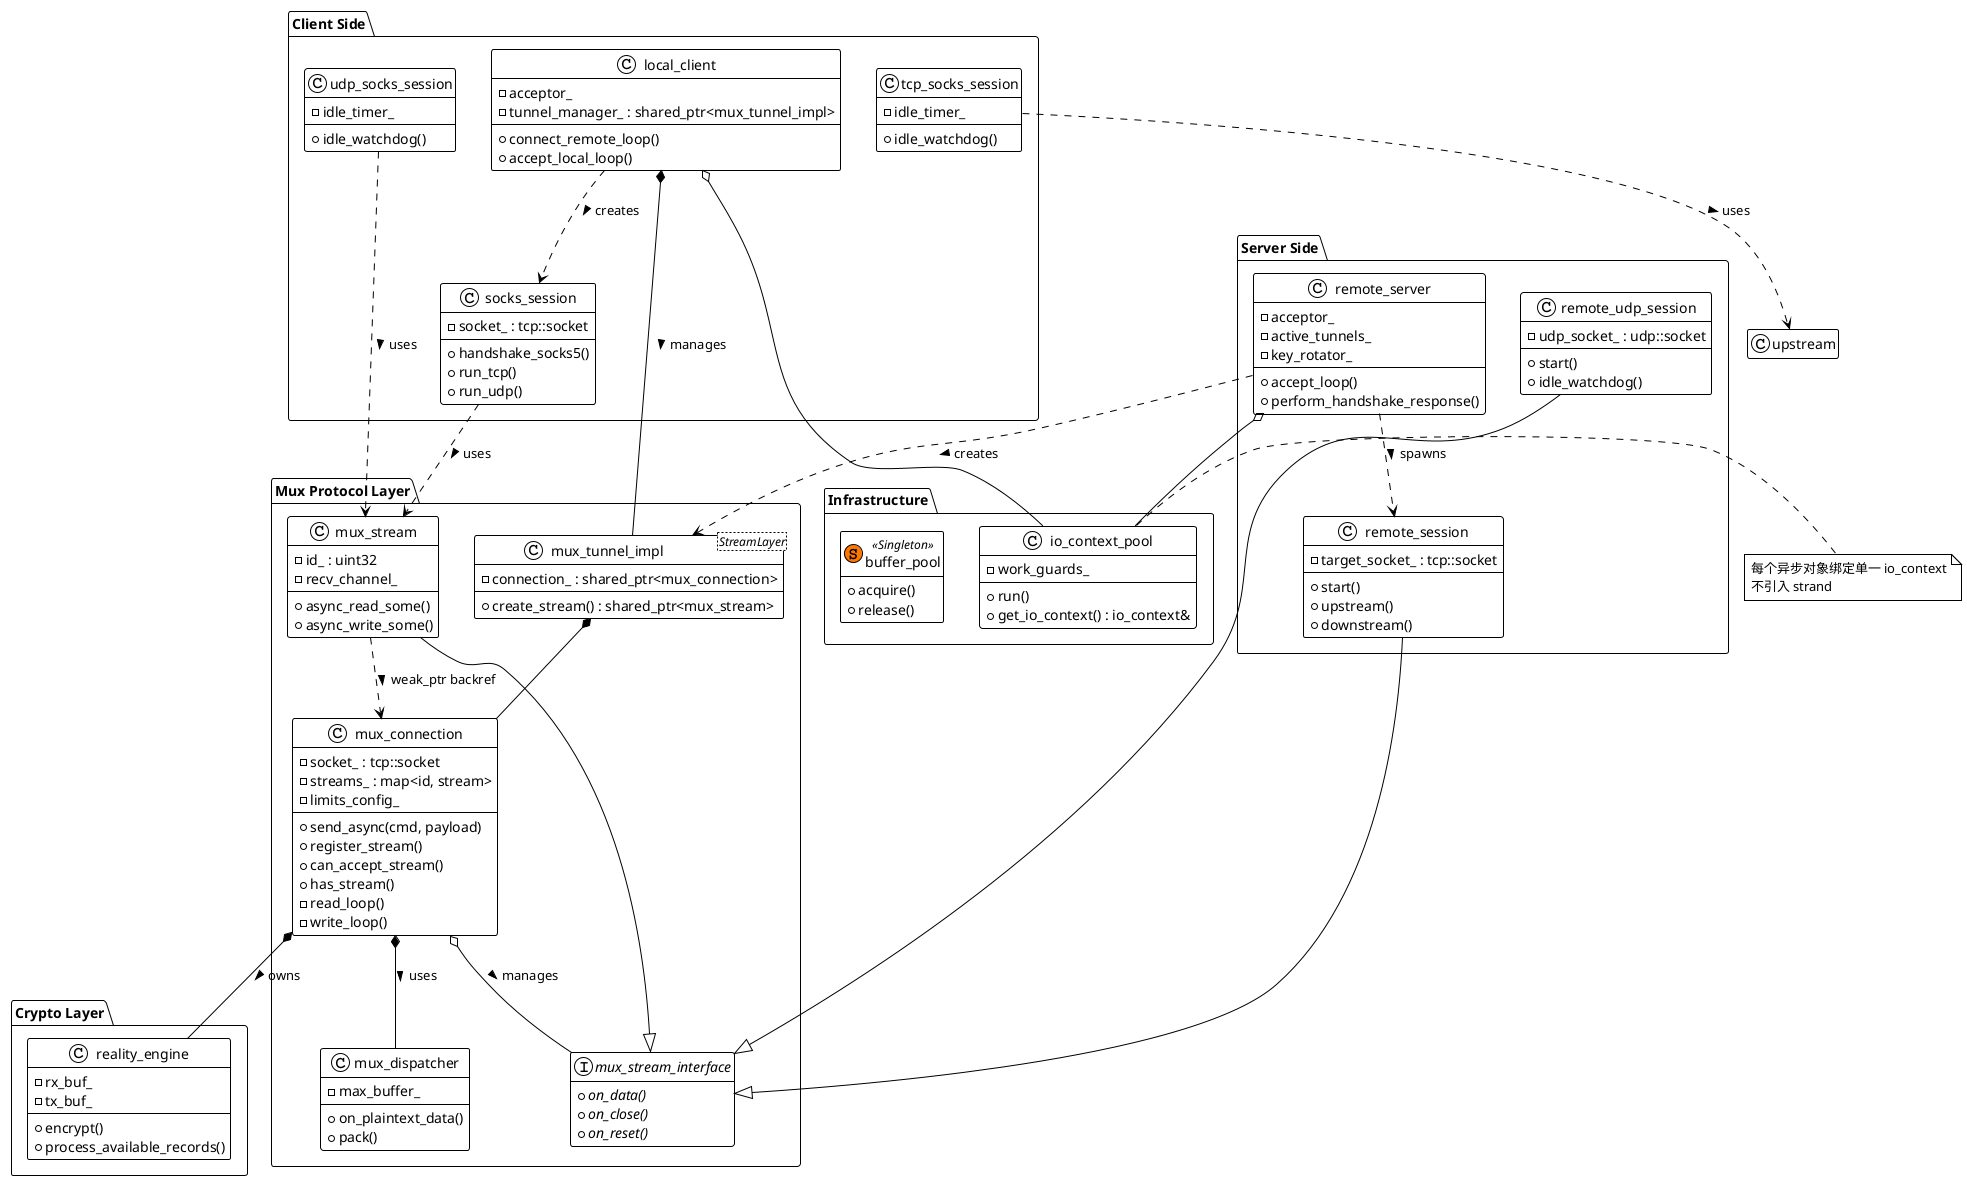
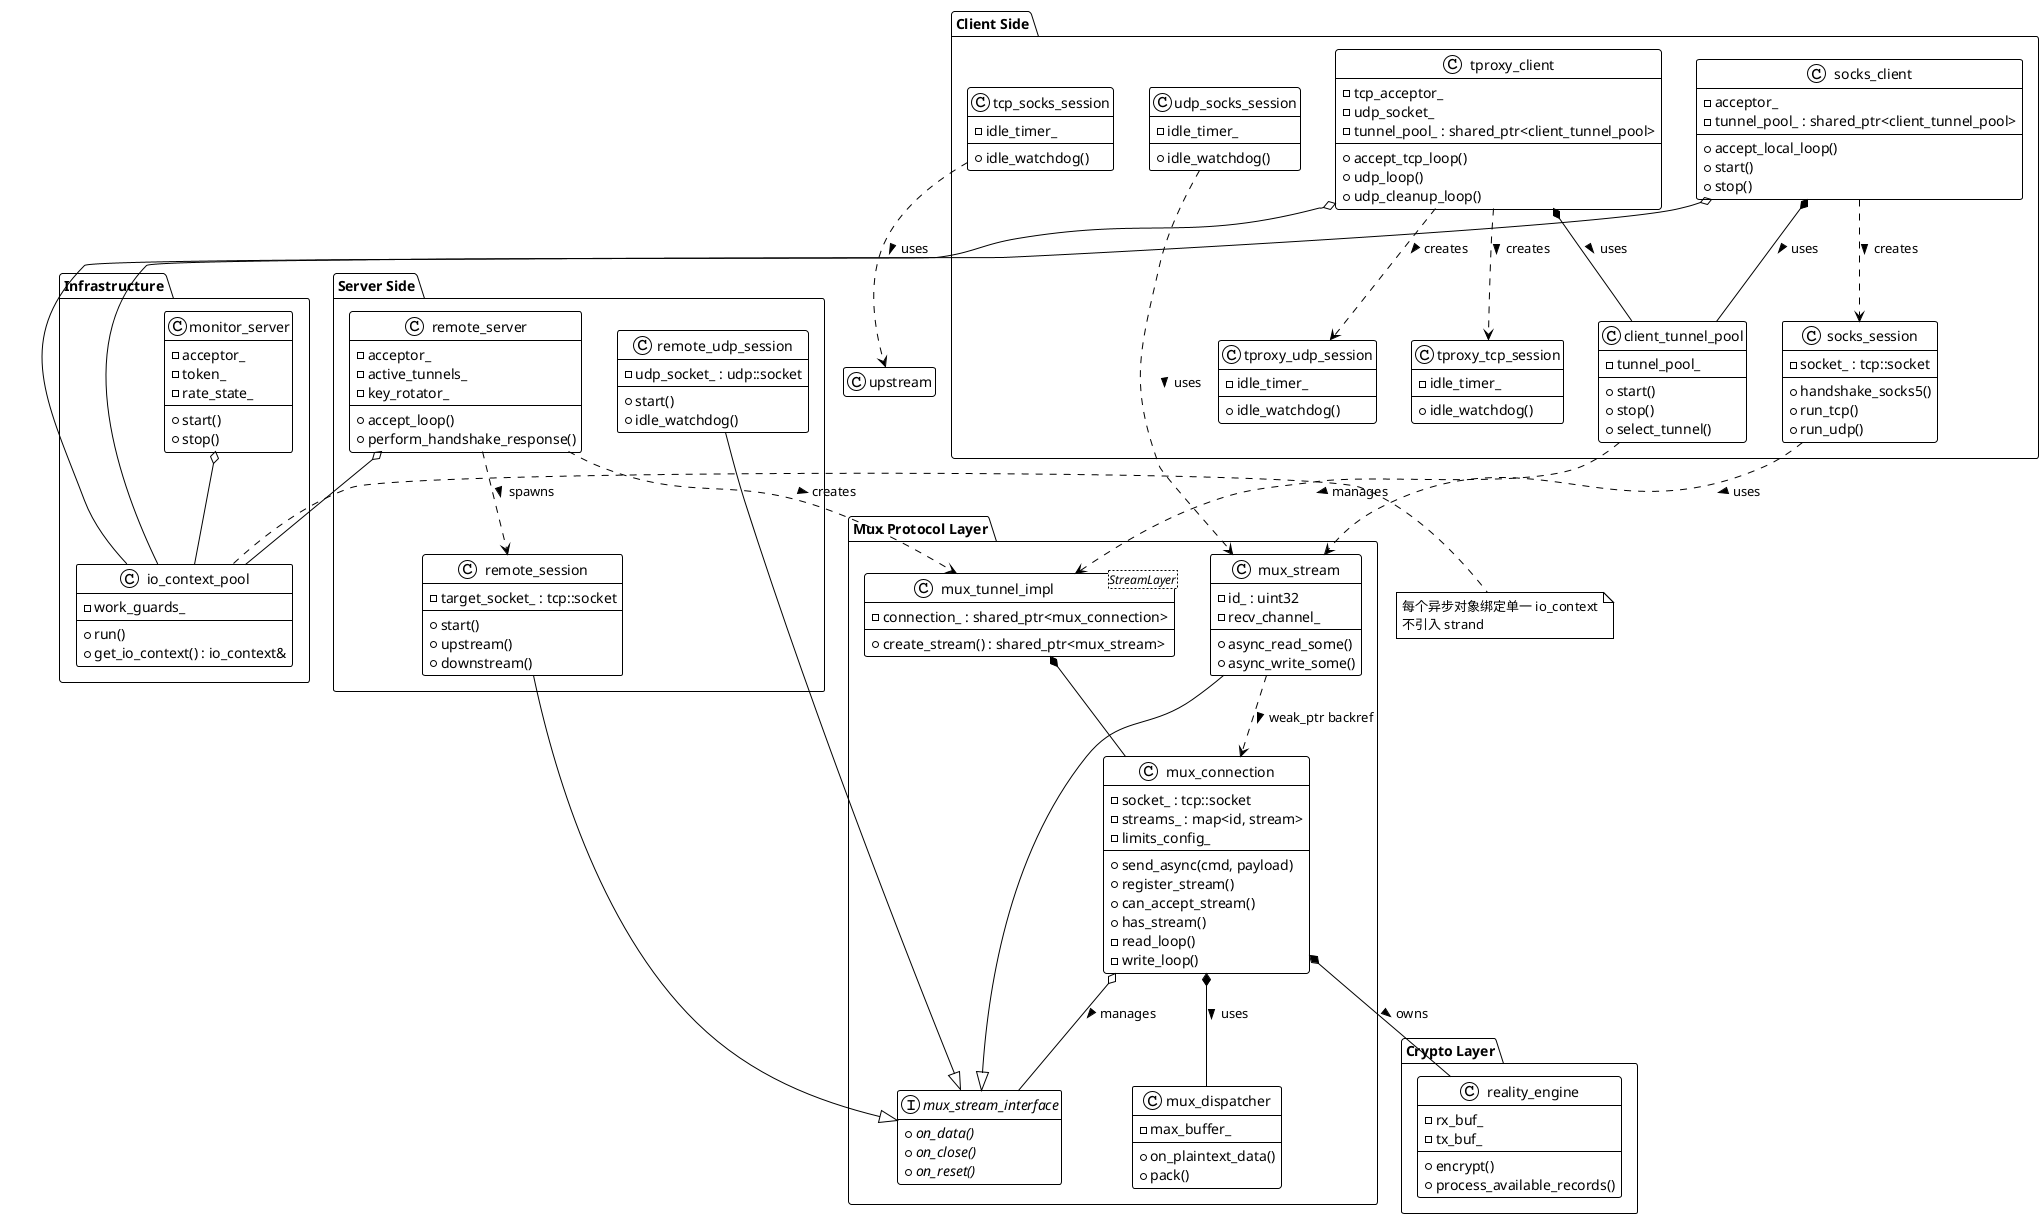
@startuml
!theme plain
hide empty members

package "Infrastructure" {
    class io_context_pool {
        + run()
        + get_io_context() : io_context&
        - work_guards_
    }
-     class buffer_pool << (S, #FF7700) Singleton >> {
-         + acquire()
-         + release()
+ 
+     class monitor_server {
+         - acceptor_
+         - token_
+         - rate_state_
+         + start()
+         + stop()
    }
}

note right of io_context_pool
  每个异步对象绑定单一 io_context
  不引入 strand
end note

package "Mux Protocol Layer" {
    interface mux_stream_interface {
        + {abstract} on_data()
        + {abstract} on_close()
        + {abstract} on_reset()
    }

    class mux_connection {
        - socket_ : tcp::socket
        - streams_ : map<id, stream>
        - limits_config_
        + send_async(cmd, payload)
        + register_stream()
        + can_accept_stream()
        + has_stream()
        - read_loop()
        - write_loop()
    }

    class mux_dispatcher {
        + on_plaintext_data()
        + pack()
        - max_buffer_
    }

    class mux_tunnel_impl<StreamLayer> {
        - connection_ : shared_ptr<mux_connection>
        + create_stream() : shared_ptr<mux_stream>
    }

    class mux_stream {
        - id_ : uint32
        - recv_channel_
        + async_read_some()
        + async_write_some()
    }
}

package "Crypto Layer" {
    class reality_engine {
        - rx_buf_
        - tx_buf_
        + encrypt()
        + process_available_records()
    }
}

package "Client Side" {
-     class local_client {
+     class client_tunnel_pool {
+         - tunnel_pool_
+         + start()
+         + stop()
+         + select_tunnel()
+     }
+ 
+     class socks_client {
        - acceptor_
-         - tunnel_manager_ : shared_ptr<mux_tunnel_impl>
-         + connect_remote_loop()
+         - tunnel_pool_ : shared_ptr<client_tunnel_pool>
        + accept_local_loop()
+         + start()
+         + stop()
+     }
+ 
+     class tproxy_client {
+         - tcp_acceptor_
+         - udp_socket_
+         - tunnel_pool_ : shared_ptr<client_tunnel_pool>
+         + accept_tcp_loop()
+         + udp_loop()
+         + udp_cleanup_loop()
    }

    class socks_session {
        - socket_ : tcp::socket
        + handshake_socks5()
        + run_tcp()
        + run_udp()
    }

    class tcp_socks_session {
        - idle_timer_
        + idle_watchdog()
    }

    class udp_socks_session {
+         - idle_timer_
+         + idle_watchdog()
+     }
+ 
+     class tproxy_tcp_session {
+         - idle_timer_
+         + idle_watchdog()
+     }
+ 
+     class tproxy_udp_session {
        - idle_timer_
        + idle_watchdog()
    }
}

package "Server Side" {
    class remote_server {
        - acceptor_
        - active_tunnels_
        - key_rotator_
        + accept_loop()
        + perform_handshake_response()
    }

    class remote_session {
        - target_socket_ : tcp::socket
        + start()
        + upstream()
        + downstream()
    }

    class remote_udp_session {
        - udp_socket_ : udp::socket
        + start()
        + idle_watchdog()
    }
}

' Relations
- local_client o-- io_context_pool
- local_client *-- mux_tunnel_impl : manages >
- local_client ..> socks_session : creates >
+ socks_client o-- io_context_pool
+ socks_client *-- client_tunnel_pool : uses >
+ socks_client ..> socks_session : creates >
+ 
+ tproxy_client o-- io_context_pool
+ tproxy_client *-- client_tunnel_pool : uses >
+ tproxy_client ..> tproxy_tcp_session : creates >
+ tproxy_client ..> tproxy_udp_session : creates >
+ 
+ client_tunnel_pool ..> mux_tunnel_impl : manages >
+ monitor_server o-- io_context_pool

socks_session ..> mux_stream : uses >
tcp_socks_session ..> upstream : uses >
udp_socks_session ..> mux_stream : uses >

remote_server o-- io_context_pool
remote_server ..> mux_tunnel_impl : creates >
remote_server ..> remote_session : spawns >

mux_tunnel_impl *-- mux_connection
mux_connection *-- reality_engine : owns >
mux_connection *-- mux_dispatcher : uses >
mux_connection o-- mux_stream_interface : manages >

mux_stream --|> mux_stream_interface
remote_session --|> mux_stream_interface
remote_udp_session --|> mux_stream_interface

mux_stream ..> mux_connection : weak_ptr backref >

@enduml
